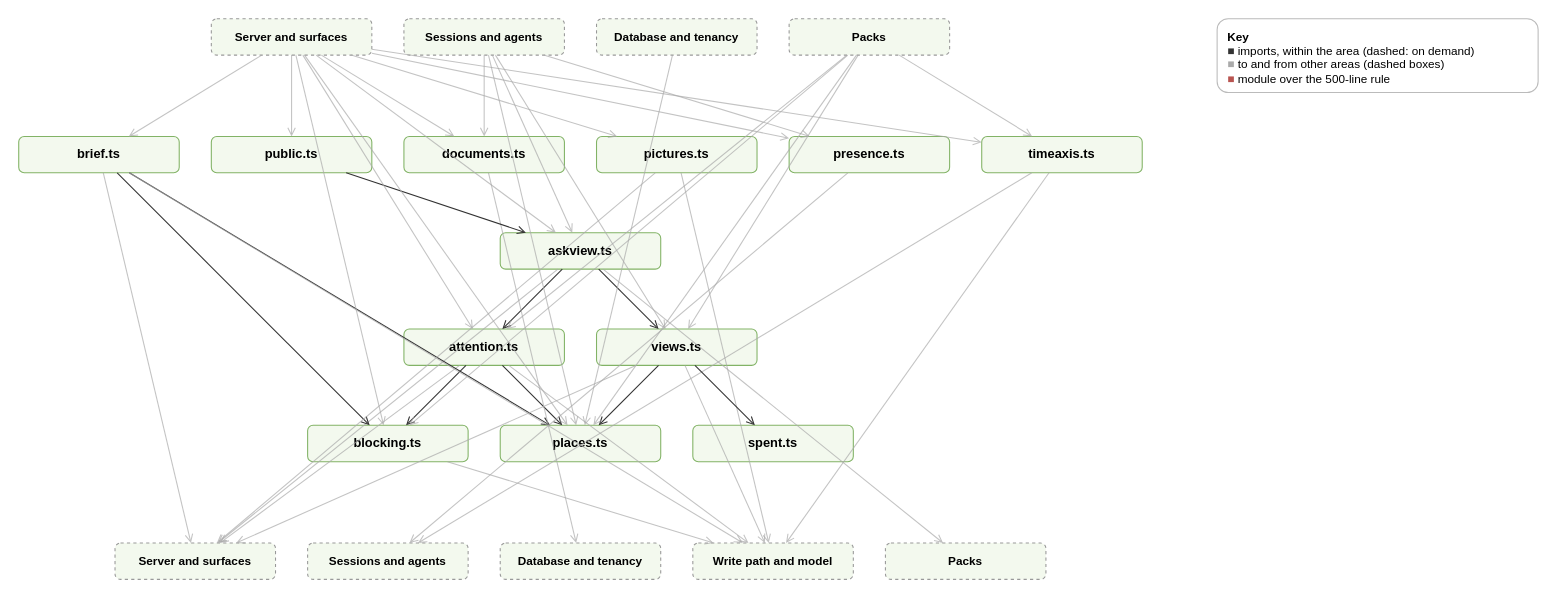
Earlier version of the draw.io diagram page "Server: Views and lenses" (7 of 22) of docs/diagrams/modules.drawio (AlexReiner98/archipelago). Source tidied: cells renumbered, new cells numbered last; positions are measured from the earlier drawing's top-left corner, leaving out a move shared by most shapes. Both pictures are drawn from the tidied source at 107%, with x=0, y=0 at pixel (18, 18).
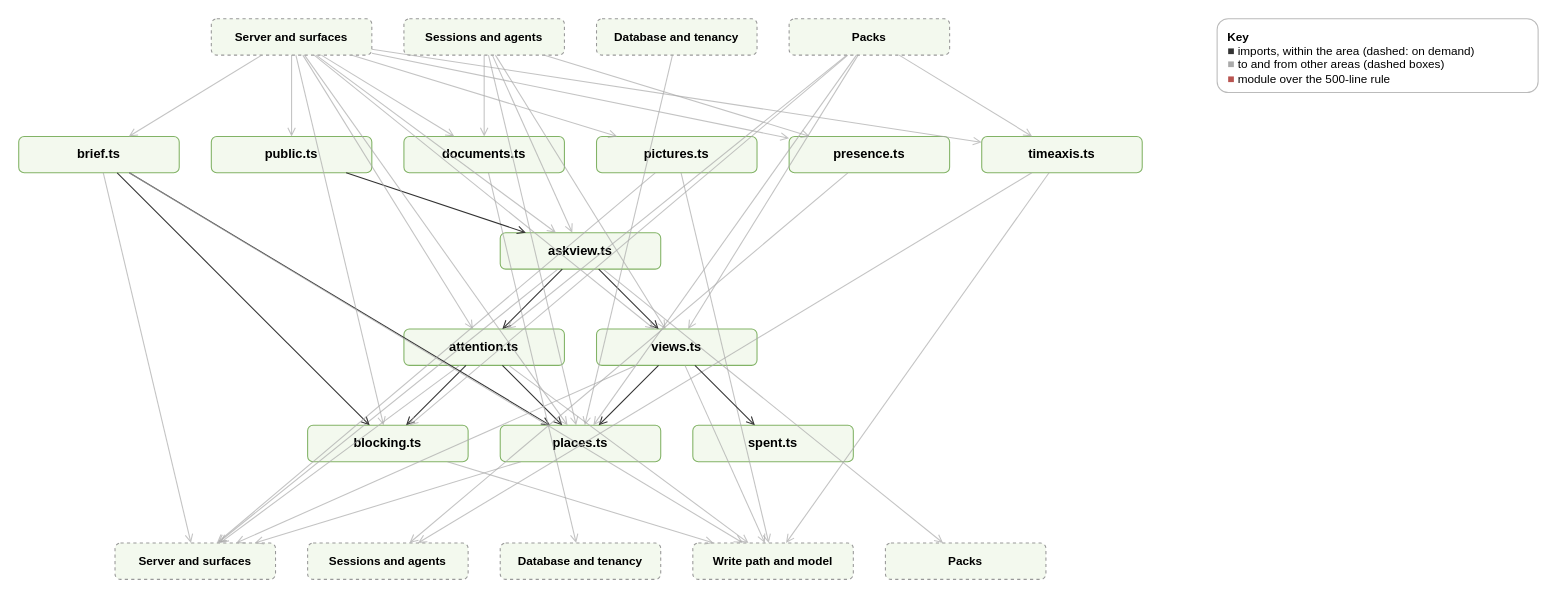
The same diagram, later.

Unchanged cells that the change refers to:
```xml
<mxCell id="2" value="&lt;b&gt;Server and surfaces&lt;/b&gt;" style="rounded=1;html=1;whiteSpace=wrap;dashed=1;fontSize=11;fillColor=#f3f9ee;strokeColor=#999999;" parent="1" vertex="1">
  <mxGeometry x="180" width="150" height="34" as="geometry" />
</mxCell>
<mxCell id="14" value="views.ts" style="rounded=1;html=1;whiteSpace=wrap;fontSize=12;fontStyle=1;fillColor=#f3f9ee;strokeColor=#82b366;" parent="1" vertex="1">
  <mxGeometry x="540" y="290" width="150" height="34" as="geometry" />
</mxCell>
<mxCell id="16" value="places.ts" style="rounded=1;html=1;whiteSpace=wrap;fontSize=12;fontStyle=1;fillColor=#f3f9ee;strokeColor=#82b366;" parent="1" vertex="1">
  <mxGeometry x="450" y="380" width="150" height="34" as="geometry" />
</mxCell>
<mxCell id="18" value="&lt;b&gt;Server and surfaces&lt;/b&gt;" style="rounded=1;html=1;whiteSpace=wrap;dashed=1;fontSize=11;fillColor=#f3f9ee;strokeColor=#999999;" parent="1" vertex="1">
  <mxGeometry x="90" y="490" width="150" height="34" as="geometry" />
</mxCell>
```

The edit, as a diff of the source:
```diff
@@
+    <mxCell id="69" style="html=1;endArrow=open;strokeColor=#aaaaaa;dashed=0;opacity=70;" parent="1" edge="1" source="16" target="18">
+      <mxGeometry relative="1" as="geometry" />
+    </mxCell>
@@
+    <mxCell id="70" style="html=1;endArrow=open;strokeColor=#aaaaaa;dashed=0;opacity=70;" parent="1" edge="1" source="2" target="14">
+      <mxGeometry relative="1" as="geometry" />
+    </mxCell>
```
